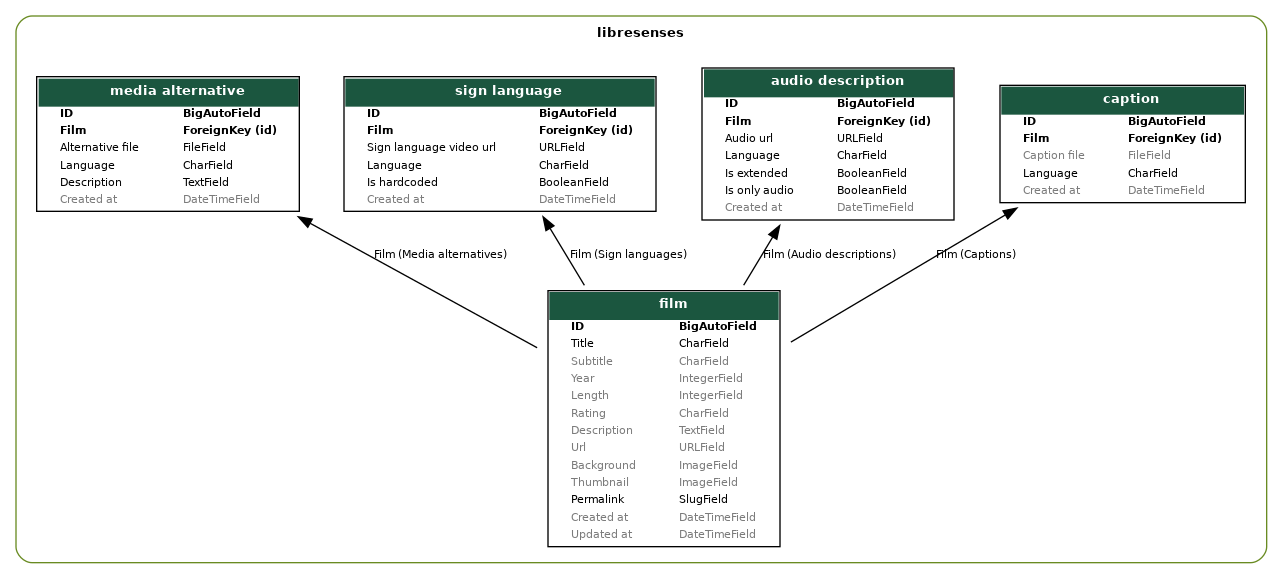
The Graphviz diagram libresenses_models.png in pedro-coelho-dr/libreSenses, before a commit. Its source is kept beside it as libresenses_models.dot.
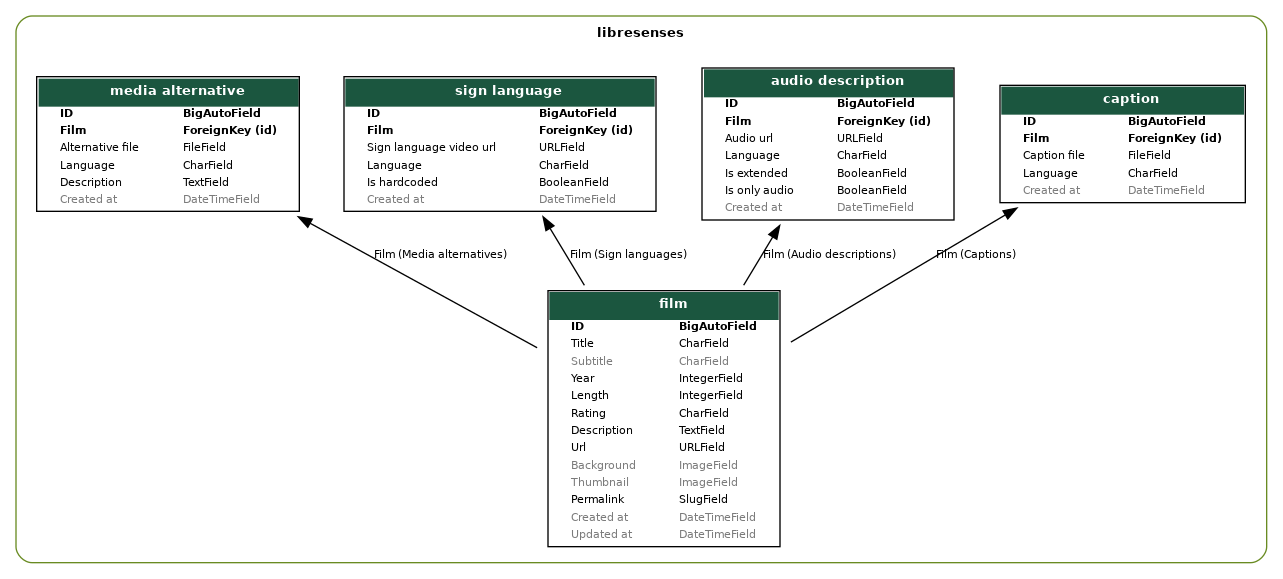
The same diagram one commit later.

Change to the diagram source:
```diff
@@ -62,41 +62,41 @@
 
 
       <TR><TD ALIGN="LEFT" BORDER="0">
-      <FONT COLOR="#7B7B7B" FACE="Roboto">Year</FONT>
+      <FONT FACE="Roboto">Year</FONT>
       </TD><TD ALIGN="LEFT">
-      <FONT COLOR="#7B7B7B" FACE="Roboto">IntegerField</FONT>
+      <FONT FACE="Roboto">IntegerField</FONT>
       </TD></TR>
 
 
 
       <TR><TD ALIGN="LEFT" BORDER="0">
-      <FONT COLOR="#7B7B7B" FACE="Roboto">Length</FONT>
+      <FONT FACE="Roboto">Length</FONT>
       </TD><TD ALIGN="LEFT">
-      <FONT COLOR="#7B7B7B" FACE="Roboto">IntegerField</FONT>
+      <FONT FACE="Roboto">IntegerField</FONT>
       </TD></TR>
 
 
 
       <TR><TD ALIGN="LEFT" BORDER="0">
-      <FONT COLOR="#7B7B7B" FACE="Roboto">Rating</FONT>
+      <FONT FACE="Roboto">Rating</FONT>
       </TD><TD ALIGN="LEFT">
-      <FONT COLOR="#7B7B7B" FACE="Roboto">CharField</FONT>
+      <FONT FACE="Roboto">CharField</FONT>
       </TD></TR>
 
 
 
       <TR><TD ALIGN="LEFT" BORDER="0">
-      <FONT COLOR="#7B7B7B" FACE="Roboto">Description</FONT>
+      <FONT FACE="Roboto">Description</FONT>
       </TD><TD ALIGN="LEFT">
-      <FONT COLOR="#7B7B7B" FACE="Roboto">TextField</FONT>
+      <FONT FACE="Roboto">TextField</FONT>
       </TD></TR>
 
 
 
       <TR><TD ALIGN="LEFT" BORDER="0">
-      <FONT COLOR="#7B7B7B" FACE="Roboto">Url</FONT>
+      <FONT FACE="Roboto">Url</FONT>
       </TD><TD ALIGN="LEFT">
-      <FONT COLOR="#7B7B7B" FACE="Roboto">URLField</FONT>
+      <FONT FACE="Roboto">URLField</FONT>
       </TD></TR>
 
 
@@ -168,9 +168,9 @@
 
 
       <TR><TD ALIGN="LEFT" BORDER="0">
-      <FONT COLOR="#7B7B7B" FACE="Roboto">Caption file</FONT>
+      <FONT FACE="Roboto">Caption file</FONT>
       </TD><TD ALIGN="LEFT">
-      <FONT COLOR="#7B7B7B" FACE="Roboto">FileField</FONT>
+      <FONT FACE="Roboto">FileField</FONT>
       </TD></TR>
 
 
```
